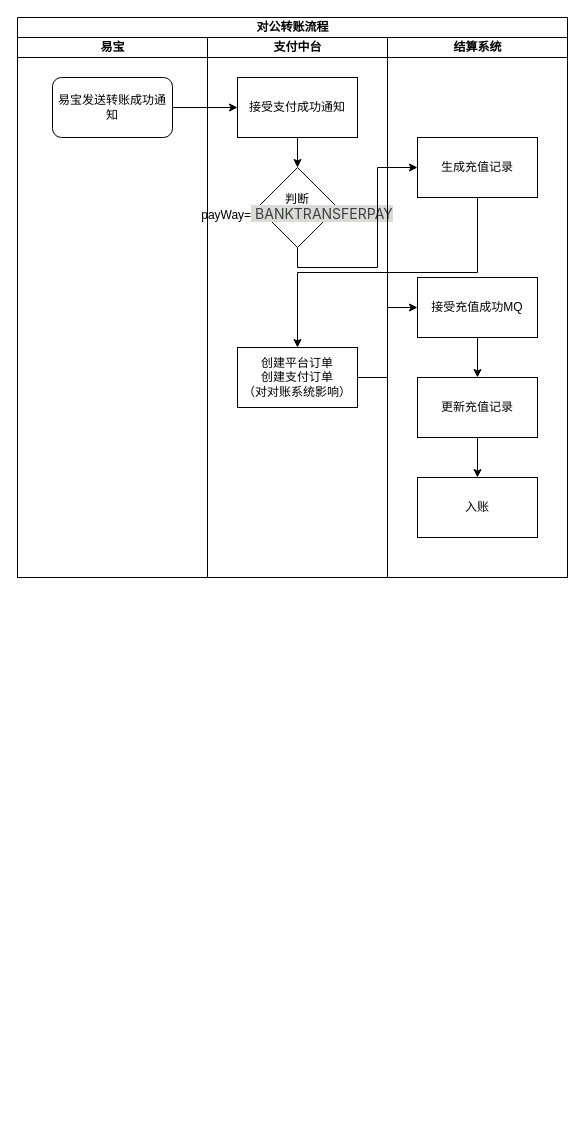
Before: .drawio in guohuan0126/test, a draw.io diagram. Source tidied: cells renumbered, new cells numbered last; positions are measured from the earlier drawing's top-left corner, leaving out a move shared by most shapes. Both pictures are drawn from the tidied source at 100%, with x=0, y=0 at pixel (17, 17).
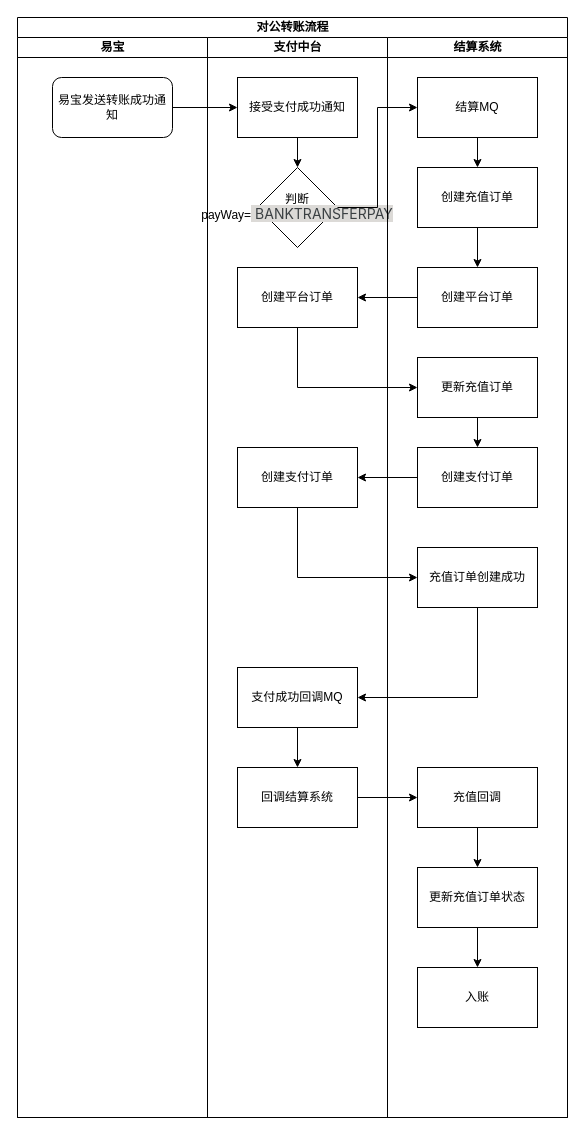
The same diagram, later.

Unchanged cells that the change refers to:
```xml
<mxCell id="8" value="判断payWay=&lt;span style=&quot;color: rgb(59, 64, 67); font-family: -apple-system, &amp;quot;system-ui&amp;quot;, &amp;quot;Segoe UI&amp;quot;, Roboto, Oxygen, Ubuntu, &amp;quot;Fira Sans&amp;quot;, &amp;quot;Droid Sans&amp;quot;, &amp;quot;Helvetica Neue&amp;quot;, sans-serif; font-size: 14px; text-align: left; background-color: rgb(220, 218, 215); --darkreader-inline-color: #454a4d; --darkreader-inline-bgcolor: #c2beb9;&quot;&gt;&amp;nbsp;BANKTRANSFERPAY&lt;/span&gt;" style="rhombus;whiteSpace=wrap;html=1;" parent="5" vertex="1">
  <mxGeometry x="50" y="130" width="80" height="80" as="geometry" />
</mxCell>
```

Change to the diagram source:
```diff
@@
     <mxCell id="2" value="对公转账流程" style="swimlane;startSize=20;html=1;" parent="1" vertex="1">
-      <mxGeometry width="550" height="560" as="geometry" />
+      <mxGeometry width="550" height="1100" as="geometry" />
     </mxCell>
     <mxCell id="3" value="易宝" style="swimlane;startSize=20;html=1;" parent="2" vertex="1">
-      <mxGeometry y="20" width="190" height="540" as="geometry" />
+      <mxGeometry y="20" width="190" height="1080" as="geometry" />
     </mxCell>
@@
     <mxCell id="5" value="支付中台" style="swimlane;startSize=20;html=1;" parent="2" vertex="1">
-      <mxGeometry x="190" y="20" width="180" height="540" as="geometry" />
+      <mxGeometry x="190" y="20" width="180" height="1080" as="geometry" />
     </mxCell>
@@
-    <mxCell id="9" value="创建平台订单&lt;div&gt;创建支付订单&lt;br&gt;（对对账系统影响）&lt;/div&gt;" style="rounded=0;whiteSpace=wrap;html=1;" parent="5" vertex="1">
-      <mxGeometry x="30" y="310" width="120" height="60" as="geometry" />
-    </mxCell>
+    <mxCell id="21" value="创建平台订单" style="rounded=0;whiteSpace=wrap;html=1;" parent="5" vertex="1">
+      <mxGeometry x="30" y="230" width="120" height="60" as="geometry" />
+    </mxCell>
+    <mxCell id="22" style="edgeStyle=orthogonalEdgeStyle;rounded=0;jettySize=auto;html=1;exitX=0.5;exitY=1;exitDx=0;exitDy=0;" parent="5" edge="1" source="23" target="24">
+      <mxGeometry relative="1" as="geometry" />
+    </mxCell>
+    <mxCell id="23" value="支付成功回调MQ" style="rounded=0;whiteSpace=wrap;html=1;" parent="5" vertex="1">
+      <mxGeometry x="30" y="630" width="120" height="60" as="geometry" />
+    </mxCell>
+    <mxCell id="24" value="回调结算系统" style="rounded=0;whiteSpace=wrap;html=1;" parent="5" vertex="1">
+      <mxGeometry x="30" y="730" width="120" height="60" as="geometry" />
+    </mxCell>
+    <mxCell id="25" value="创建支付订单" style="rounded=0;whiteSpace=wrap;html=1;" parent="5" vertex="1">
+      <mxGeometry x="30" y="410" width="120" height="60" as="geometry" />
+    </mxCell>
     <mxCell id="10" value="结算系统" style="swimlane;startSize=20;html=1;" parent="2" vertex="1">
-      <mxGeometry x="370" y="20" width="180" height="540" as="geometry" />
+      <mxGeometry x="370" y="20" width="180" height="1080" as="geometry" />
     </mxCell>
-    <mxCell id="11" style="edgeStyle=orthogonalEdgeStyle;rounded=0;jettySize=auto;html=1;exitX=0.5;exitY=1;exitDx=0;exitDy=0;entryX=0.5;entryY=0;entryDx=0;entryDy=0;" parent="10" edge="1" source="12" target="14">
-      <mxGeometry relative="1" as="geometry" />
-    </mxCell>
-    <mxCell id="12" value="接受充值成功MQ" style="rounded=0;whiteSpace=wrap;html=1;" parent="10" vertex="1">
-      <mxGeometry x="30" y="240" width="120" height="60" as="geometry" />
+    <mxCell id="12" value="创建平台订单" style="rounded=0;whiteSpace=wrap;html=1;" parent="10" vertex="1">
+      <mxGeometry x="30" y="230" width="120" height="60" as="geometry" />
     </mxCell>
-    <mxCell id="13" style="edgeStyle=orthogonalEdgeStyle;rounded=0;jettySize=auto;html=1;exitX=0.5;exitY=1;exitDx=0;exitDy=0;" parent="10" edge="1" source="14" target="15">
-      <mxGeometry relative="1" as="geometry" />
-    </mxCell>
-    <mxCell id="14" value="更新充值记录" style="rounded=0;whiteSpace=wrap;html=1;" parent="10" vertex="1">
-      <mxGeometry x="30" y="340" width="120" height="60" as="geometry" />
-    </mxCell>
+    <mxCell id="26" style="edgeStyle=orthogonalEdgeStyle;rounded=0;jettySize=auto;html=1;exitX=0.5;exitY=1;exitDx=0;exitDy=0;entryX=0.5;entryY=0;entryDx=0;entryDy=0;" parent="10" edge="1" source="16" target="12">
+      <mxGeometry relative="1" as="geometry" />
+    </mxCell>
+    <mxCell id="16" value="创建充值订单" style="rounded=0;whiteSpace=wrap;html=1;" parent="10" vertex="1">
+      <mxGeometry x="30" y="130" width="120" height="60" as="geometry" />
+    </mxCell>
+    <mxCell id="27" style="edgeStyle=orthogonalEdgeStyle;rounded=0;jettySize=auto;html=1;exitX=0.5;exitY=1;exitDx=0;exitDy=0;" parent="10" edge="1" source="28" target="33">
+      <mxGeometry relative="1" as="geometry" />
+    </mxCell>
+    <mxCell id="28" value="更新充值订单" style="rounded=0;whiteSpace=wrap;html=1;" parent="10" vertex="1">
+      <mxGeometry x="30" y="320" width="120" height="60" as="geometry" />
+    </mxCell>
+    <mxCell id="29" style="edgeStyle=orthogonalEdgeStyle;rounded=0;jettySize=auto;html=1;exitX=0.5;exitY=1;exitDx=0;exitDy=0;" parent="10" edge="1" source="30" target="36">
+      <mxGeometry relative="1" as="geometry" />
+    </mxCell>
+    <mxCell id="30" value="充值回调" style="rounded=0;whiteSpace=wrap;html=1;" parent="10" vertex="1">
+      <mxGeometry x="30" y="730" width="120" height="60" as="geometry" />
+    </mxCell>
+    <mxCell id="31" style="edgeStyle=orthogonalEdgeStyle;rounded=0;jettySize=auto;html=1;exitX=0.5;exitY=1;exitDx=0;exitDy=0;entryX=0.5;entryY=0;entryDx=0;entryDy=0;" parent="10" edge="1" source="32" target="16">
+      <mxGeometry relative="1" as="geometry" />
+    </mxCell>
+    <mxCell id="32" value="结算MQ" style="rounded=0;whiteSpace=wrap;html=1;" parent="10" vertex="1">
+      <mxGeometry x="30" y="40" width="120" height="60" as="geometry" />
+    </mxCell>
+    <mxCell id="33" value="创建支付订单" style="rounded=0;whiteSpace=wrap;html=1;" parent="10" vertex="1">
+      <mxGeometry x="30" y="410" width="120" height="60" as="geometry" />
+    </mxCell>
+    <mxCell id="34" value="充值订单创建成功" style="rounded=0;whiteSpace=wrap;html=1;" parent="10" vertex="1">
+      <mxGeometry x="30" y="510" width="120" height="60" as="geometry" />
+    </mxCell>
+    <mxCell id="35" style="edgeStyle=orthogonalEdgeStyle;rounded=0;jettySize=auto;html=1;exitX=0.5;exitY=1;exitDx=0;exitDy=0;" parent="10" edge="1" source="36" target="15">
+      <mxGeometry relative="1" as="geometry" />
+    </mxCell>
+    <mxCell id="36" value="更新充值订单状态" style="rounded=0;whiteSpace=wrap;html=1;" parent="10" vertex="1">
+      <mxGeometry x="30" y="830" width="120" height="60" as="geometry" />
+    </mxCell>
     <mxCell id="15" value="入账" style="rounded=0;whiteSpace=wrap;html=1;" parent="10" vertex="1">
-      <mxGeometry x="30" y="440" width="120" height="60" as="geometry" />
+      <mxGeometry x="30" y="930" width="120" height="60" as="geometry" />
     </mxCell>
-    <mxCell id="16" value="生成充值记录" style="rounded=0;whiteSpace=wrap;html=1;" parent="10" vertex="1">
-      <mxGeometry x="30" y="100" width="120" height="60" as="geometry" />
-    </mxCell>
@@
-    <mxCell id="18" style="edgeStyle=orthogonalEdgeStyle;rounded=0;jettySize=auto;html=1;exitX=0.5;exitY=1;exitDx=0;exitDy=0;entryX=0;entryY=0.5;entryDx=0;entryDy=0;" parent="2" edge="1" source="8" target="16">
-      <mxGeometry relative="1" as="geometry" />
-    </mxCell>
-    <mxCell id="19" style="edgeStyle=orthogonalEdgeStyle;rounded=0;jettySize=auto;html=1;exitX=0.5;exitY=1;exitDx=0;exitDy=0;" parent="2" edge="1" source="16" target="9">
-      <mxGeometry relative="1" as="geometry" />
-    </mxCell>
-    <mxCell id="20" style="edgeStyle=orthogonalEdgeStyle;rounded=0;jettySize=auto;html=1;exitX=1;exitY=0.5;exitDx=0;exitDy=0;entryX=0;entryY=0.5;entryDx=0;entryDy=0;" parent="2" edge="1" source="9" target="12">
-      <mxGeometry relative="1" as="geometry" />
-    </mxCell>
+    <mxCell id="37" style="edgeStyle=orthogonalEdgeStyle;rounded=0;jettySize=auto;html=1;exitX=0;exitY=0.5;exitDx=0;exitDy=0;entryX=1;entryY=0.5;entryDx=0;entryDy=0;" parent="2" edge="1" source="12" target="21">
+      <mxGeometry relative="1" as="geometry" />
+    </mxCell>
+    <mxCell id="38" style="edgeStyle=orthogonalEdgeStyle;rounded=0;jettySize=auto;html=1;exitX=0.5;exitY=1;exitDx=0;exitDy=0;entryX=0;entryY=0.5;entryDx=0;entryDy=0;" parent="2" edge="1" source="21" target="28">
+      <mxGeometry relative="1" as="geometry" />
+    </mxCell>
+    <mxCell id="39" style="edgeStyle=orthogonalEdgeStyle;rounded=0;jettySize=auto;html=1;exitX=1;exitY=0.5;exitDx=0;exitDy=0;entryX=0;entryY=0.5;entryDx=0;entryDy=0;" parent="2" edge="1" source="24" target="30">
+      <mxGeometry relative="1" as="geometry" />
+    </mxCell>
+    <mxCell id="40" style="edgeStyle=orthogonalEdgeStyle;rounded=0;jettySize=auto;html=1;exitX=1;exitY=0.5;exitDx=0;exitDy=0;entryX=0;entryY=0.5;entryDx=0;entryDy=0;" parent="2" edge="1" source="8" target="32">
+      <mxGeometry relative="1" as="geometry" />
+    </mxCell>
+    <mxCell id="41" style="edgeStyle=orthogonalEdgeStyle;rounded=0;jettySize=auto;html=1;exitX=0;exitY=0.5;exitDx=0;exitDy=0;entryX=1;entryY=0.5;entryDx=0;entryDy=0;" parent="2" edge="1" source="33" target="25">
+      <mxGeometry relative="1" as="geometry" />
+    </mxCell>
+    <mxCell id="42" style="edgeStyle=orthogonalEdgeStyle;rounded=0;jettySize=auto;html=1;exitX=0.5;exitY=1;exitDx=0;exitDy=0;entryX=0;entryY=0.5;entryDx=0;entryDy=0;" parent="2" edge="1" source="25" target="34">
+      <mxGeometry relative="1" as="geometry" />
+    </mxCell>
+    <mxCell id="43" style="edgeStyle=orthogonalEdgeStyle;rounded=0;jettySize=auto;html=1;exitX=0.5;exitY=1;exitDx=0;exitDy=0;entryX=1;entryY=0.5;entryDx=0;entryDy=0;" parent="2" edge="1" source="34" target="23">
+      <mxGeometry relative="1" as="geometry" />
+    </mxCell>
```
